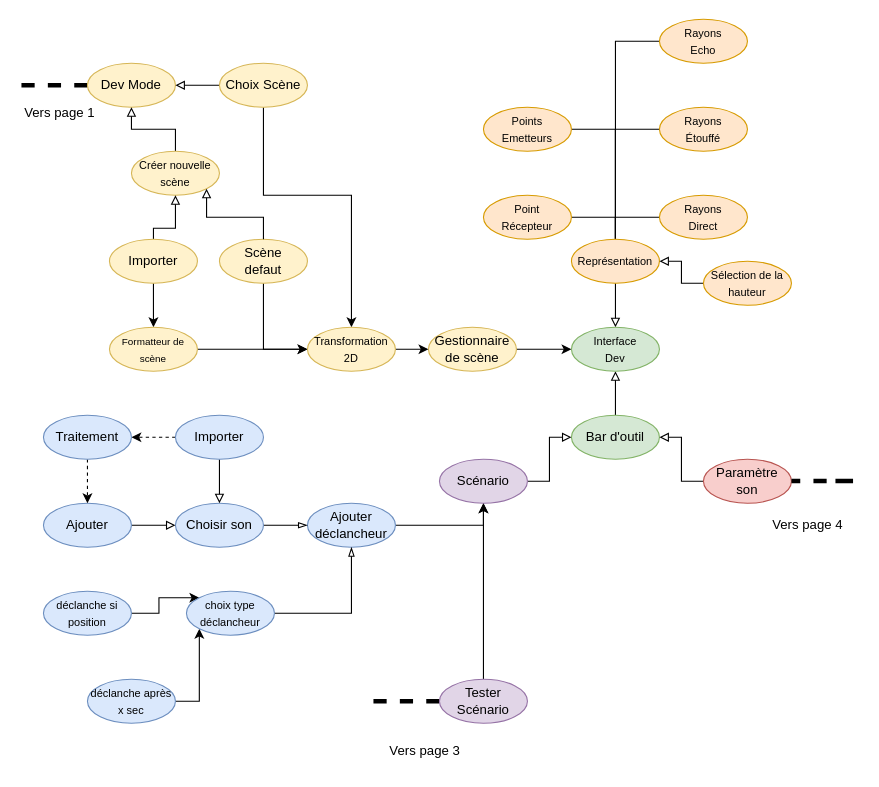
The draw.io diagram doc/UML/draw_format/UML_dev_mode.drawio in Cemecla/Acoustic-Tracing, before the edit. Source tidied: cells renumbered, new cells numbered last; positions are measured from the earlier drawing's top-left corner, leaving out a move shared by most shapes. Both pictures are drawn from the tidied source at 110%, with x=0, y=0 at pixel (21, 19).
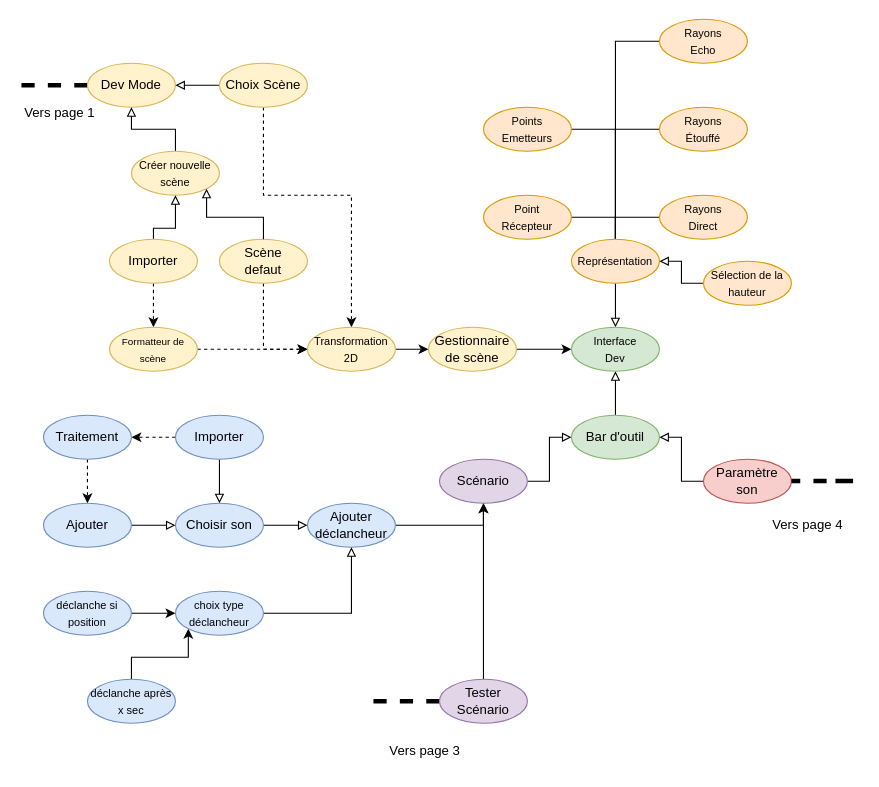
After the change.

The change refers to these unchanged cells:
```xml
<mxCell id="19" value="Scène&lt;div&gt;defaut&lt;/div&gt;" style="ellipse;whiteSpace=wrap;html=1;fillColor=#fff2cc;strokeColor=#d6b656;" parent="1" vertex="1">
  <mxGeometry x="180" y="200" width="80" height="40" as="geometry" />
</mxCell>
<mxCell id="22" value="Importer" style="ellipse;whiteSpace=wrap;html=1;fillColor=#fff2cc;strokeColor=#d6b656;" parent="1" vertex="1">
  <mxGeometry x="80" y="200" width="80" height="40" as="geometry" />
</mxCell>
<mxCell id="25" value="&lt;font style=&quot;font-size: 9px;&quot;&gt;Formatteur de scène&lt;/font&gt;" style="ellipse;whiteSpace=wrap;html=1;fillColor=#fff2cc;strokeColor=#d6b656;" parent="1" vertex="1">
  <mxGeometry x="80" y="280" width="80" height="40" as="geometry" />
</mxCell>
<mxCell id="30" value="Choix Scène" style="ellipse;whiteSpace=wrap;html=1;fillColor=#fff2cc;strokeColor=#d6b656;" parent="1" vertex="1">
  <mxGeometry x="180" y="40" width="80" height="40" as="geometry" />
</mxCell>
<mxCell id="32" value="&lt;font style=&quot;font-size: 10px;&quot;&gt;Transformation&lt;/font&gt;&lt;div&gt;&lt;font style=&quot;font-size: 10px;&quot;&gt;2D&lt;/font&gt;&lt;/div&gt;" style="ellipse;whiteSpace=wrap;html=1;fillColor=#fff2cc;strokeColor=#d6b656;" parent="1" vertex="1">
  <mxGeometry x="260" y="280" width="80" height="40" as="geometry" />
</mxCell>
<mxCell id="39" value="Ajouter&lt;div&gt;déclancheur&lt;/div&gt;" style="ellipse;whiteSpace=wrap;html=1;fillColor=#dae8fc;strokeColor=#6c8ebf;" parent="1" vertex="1">
  <mxGeometry x="260" y="440" width="80" height="40" as="geometry" />
</mxCell>
<mxCell id="41" value="Choisir son" style="ellipse;whiteSpace=wrap;html=1;fillColor=#dae8fc;strokeColor=#6c8ebf;" parent="1" vertex="1">
  <mxGeometry x="140" y="440" width="80" height="40" as="geometry" />
</mxCell>
<mxCell id="43" value="&lt;font style=&quot;font-size: 10px;&quot;&gt;déclanche si&lt;/font&gt;&lt;div&gt;&lt;font style=&quot;font-size: 10px;&quot;&gt;position&lt;/font&gt;&lt;/div&gt;" style="ellipse;whiteSpace=wrap;html=1;fillColor=#dae8fc;strokeColor=#6c8ebf;" parent="1" vertex="1">
  <mxGeometry x="20" y="520" width="80" height="40" as="geometry" />
</mxCell>
```

Diff of the diagram source:
```diff
@@
-    <mxCell id="18" style="edgeStyle=orthogonalEdgeStyle;rounded=0;jettySize=auto;html=1;" parent="1" edge="1" source="19">
+    <mxCell id="18" style="edgeStyle=orthogonalEdgeStyle;rounded=0;jettySize=auto;html=1;dashed=1;" parent="1" edge="1" source="19">
       <mxGeometry relative="1" as="geometry">
         <mxPoint x="260" y="300" as="targetPoint" />
         <Array as="points">
           <mxPoint x="220" y="300" />
         </Array>
       </mxGeometry>
     </mxCell>
@@
-    <mxCell id="21" style="edgeStyle=orthogonalEdgeStyle;rounded=0;jettySize=auto;html=1;entryX=0.5;entryY=0;entryDx=0;entryDy=0;" parent="1" edge="1" source="22" target="25">
+    <mxCell id="21" style="edgeStyle=orthogonalEdgeStyle;rounded=0;jettySize=auto;html=1;entryX=0.5;entryY=0;entryDx=0;entryDy=0;dashed=1;" parent="1" edge="1" source="22" target="25">
       <mxGeometry relative="1" as="geometry" />
     </mxCell>
@@
-    <mxCell id="24" style="edgeStyle=orthogonalEdgeStyle;rounded=0;jettySize=auto;html=1;entryX=0;entryY=0.5;entryDx=0;entryDy=0;" parent="1" edge="1" source="25" target="32">
+    <mxCell id="24" style="edgeStyle=orthogonalEdgeStyle;rounded=0;jettySize=auto;html=1;entryX=0;entryY=0.5;entryDx=0;entryDy=0;dashed=1;" parent="1" edge="1" source="25" target="32">
       <mxGeometry relative="1" as="geometry" />
     </mxCell>
@@
-    <mxCell id="29" style="edgeStyle=orthogonalEdgeStyle;rounded=0;jettySize=auto;html=1;entryX=0.5;entryY=0;entryDx=0;entryDy=0;" parent="1" edge="1" source="30" target="32">
+    <mxCell id="29" style="edgeStyle=orthogonalEdgeStyle;rounded=0;jettySize=auto;html=1;entryX=0.5;entryY=0;entryDx=0;entryDy=0;dashed=1;" parent="1" edge="1" source="30" target="32">
       <mxGeometry relative="1" as="geometry">
         <Array as="points">
           <mxPoint x="220" y="160" />
           <mxPoint x="300" y="160" />
         </Array>
       </mxGeometry>
     </mxCell>
@@
-    <mxCell id="40" style="edgeStyle=orthogonalEdgeStyle;rounded=0;jettySize=auto;html=1;entryX=0;entryY=0.5;entryDx=0;entryDy=0;endArrow=blockThin;endFill=0;" parent="1" edge="1" source="41" target="39">
+    <mxCell id="40" style="edgeStyle=orthogonalEdgeStyle;rounded=0;jettySize=auto;html=1;entryX=0;entryY=0.5;entryDx=0;entryDy=0;endArrow=block;endFill=0;" parent="1" edge="1" source="41" target="39">
       <mxGeometry relative="1" as="geometry" />
     </mxCell>
@@
-    <mxCell id="42" style="edgeStyle=orthogonalEdgeStyle;rounded=0;jettySize=auto;html=1;entryX=0;entryY=0;entryDx=0;entryDy=0;" parent="1" edge="1" source="43" target="47">
+    <mxCell id="42" style="edgeStyle=orthogonalEdgeStyle;rounded=0;jettySize=auto;html=1;entryX=0;entryY=0.5;entryDx=0;entryDy=0;" parent="1" edge="1" source="43" target="47">
       <mxGeometry relative="1" as="geometry" />
     </mxCell>
@@
-    <mxCell id="46" style="edgeStyle=orthogonalEdgeStyle;rounded=0;jettySize=auto;html=1;entryX=0.5;entryY=1;entryDx=0;entryDy=0;endArrow=blockThin;endFill=0;" parent="1" edge="1" source="47" target="39">
+    <mxCell id="46" style="edgeStyle=orthogonalEdgeStyle;rounded=0;jettySize=auto;html=1;entryX=0.5;entryY=1;entryDx=0;entryDy=0;endArrow=block;endFill=0;" parent="1" edge="1" source="47" target="39">
       <mxGeometry relative="1" as="geometry" />
     </mxCell>
     <mxCell id="47" value="&lt;span style=&quot;font-size: 10px;&quot;&gt;choix type&lt;/span&gt;&lt;div&gt;&lt;span style=&quot;font-size: 10px;&quot;&gt;déclancheur&lt;/span&gt;&lt;/div&gt;" style="ellipse;whiteSpace=wrap;html=1;fillColor=#dae8fc;strokeColor=#6c8ebf;" parent="1" vertex="1">
-      <mxGeometry x="150" y="520" width="80" height="40" as="geometry" />
+      <mxGeometry x="140" y="520" width="80" height="40" as="geometry" />
     </mxCell>
```
